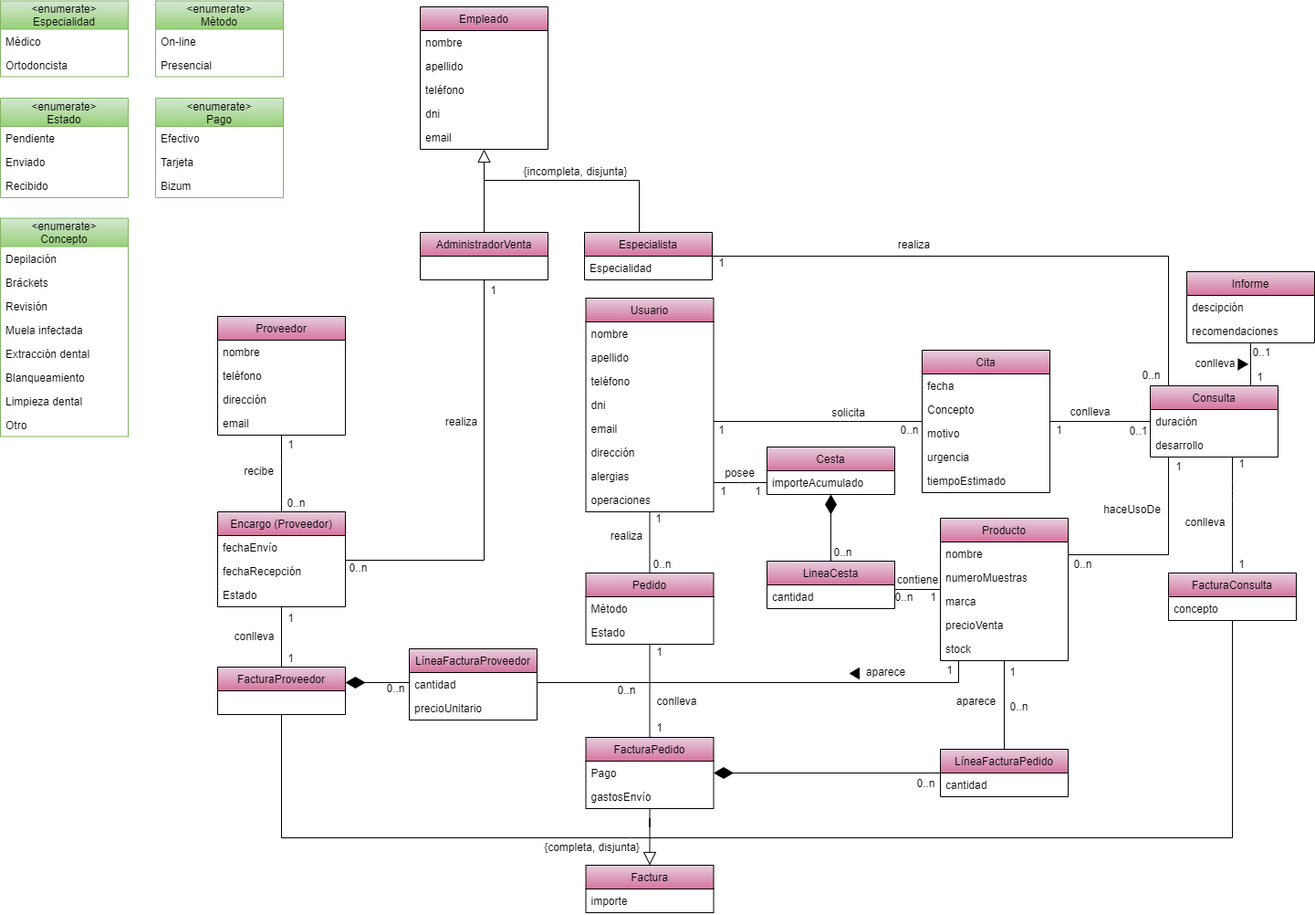
The draw.io diagram Remus/doc/images/Diagrama conceptual.png in Jesusjbs/clinicaDental-ir, before a commit. Source tidied: cells renumbered, new cells last; positions are measured from the earlier drawing's top-left corner, leaving out a move shared by most shapes.
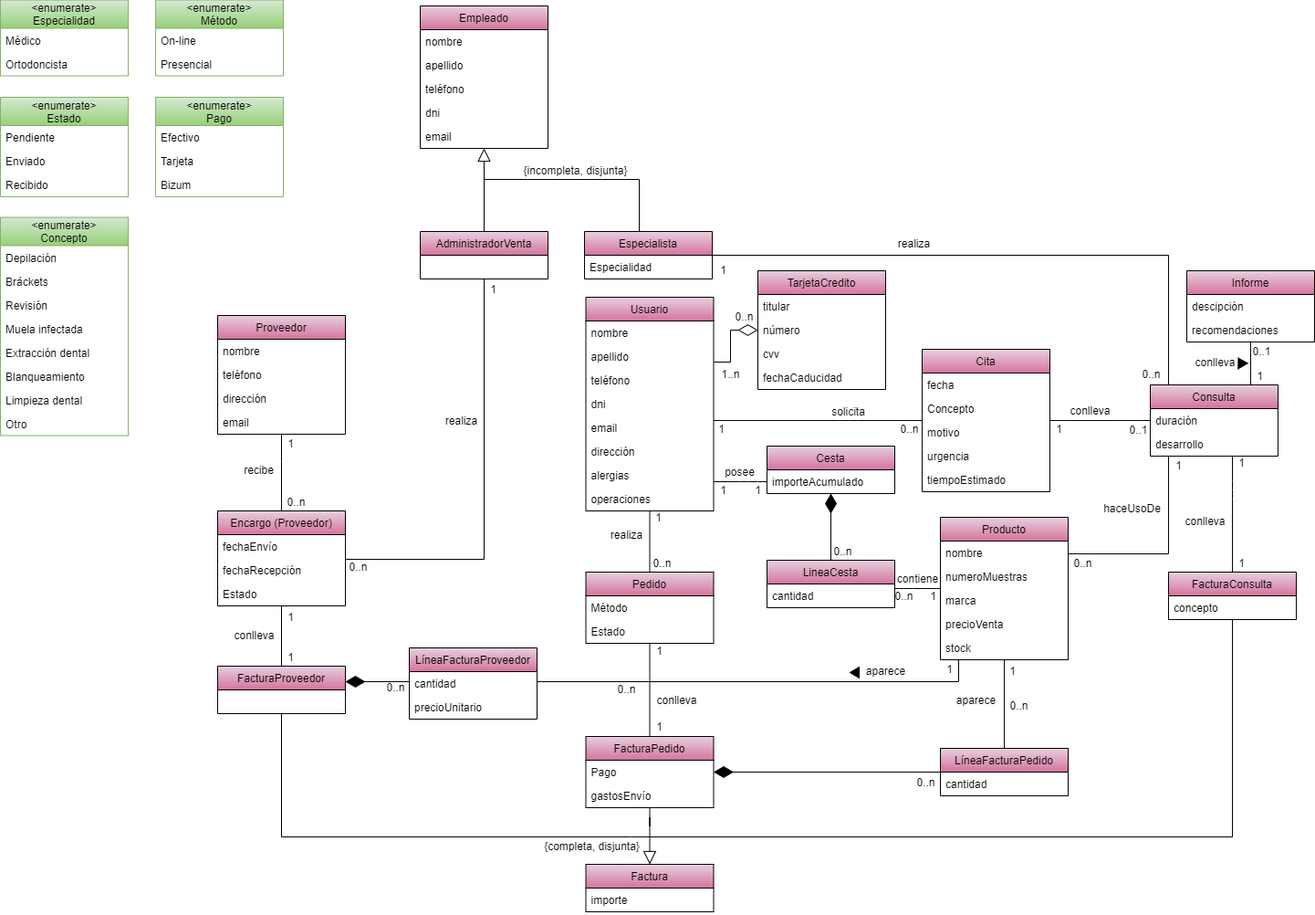
The same file after the commit.

Diff of the diagram source:
```diff
@@ -456,7 +456,7 @@
       <mxGeometry x="1164" y="439" width="60" height="20" as="geometry" />
     </mxCell>
     <mxCell id="130" value="1" style="text;html=1;align=center;verticalAlign=middle;" parent="1" vertex="1">
-      <mxGeometry x="780" y="276" width="20" height="20" as="geometry" />
+      <mxGeometry x="781.5" y="285" width="20" height="20" as="geometry" />
     </mxCell>
     <mxCell id="131" value="0..n" style="text;html=1;align=center;verticalAlign=middle;" parent="1" vertex="1">
       <mxGeometry x="1241" y="399" width="40" height="20" as="geometry" />
@@ -582,5 +582,34 @@
     <mxCell id="166" value="0..n" style="text;html=1;align=center;verticalAlign=middle;" parent="1" vertex="1">
       <mxGeometry x="970" y="642" width="40" height="20" as="geometry" />
     </mxCell>
+    <mxCell id="167" value="TarjetaCredito" style="swimlane;fontStyle=0;horizontal=1;startSize=26;fillColor=#E6D0DE;gradientColor=#D5739D;" parent="1" vertex="1">
+      <mxGeometry x="830" y="296" width="140" height="130" as="geometry" />
+    </mxCell>
+    <mxCell id="168" value="titular" style="text;strokeColor=none;fillColor=none;align=left;verticalAlign=top;spacingLeft=4;spacingRight=4;overflow=hidden;" parent="167" vertex="1">
+      <mxGeometry y="26" width="140" height="26" as="geometry" />
+    </mxCell>
+    <mxCell id="169" value="número" style="text;strokeColor=none;fillColor=none;align=left;verticalAlign=top;spacingLeft=4;spacingRight=4;overflow=hidden;" parent="167" vertex="1">
+      <mxGeometry y="52" width="140" height="26" as="geometry" />
+    </mxCell>
+    <mxCell id="170" value="cvv" style="text;strokeColor=none;fillColor=none;align=left;verticalAlign=top;spacingLeft=4;spacingRight=4;overflow=hidden;" parent="167" vertex="1">
+      <mxGeometry y="78" width="140" height="26" as="geometry" />
+    </mxCell>
+    <mxCell id="171" value="fechaCaducidad" style="text;strokeColor=none;fillColor=none;align=left;verticalAlign=top;spacingLeft=4;spacingRight=4;overflow=hidden;" parent="167" vertex="1">
+      <mxGeometry y="104" width="140" height="26" as="geometry" />
+    </mxCell>
+    <mxCell id="172" value="1..n" style="text;html=1;align=center;verticalAlign=middle;" parent="1" vertex="1">
+      <mxGeometry x="780" y="399" width="40" height="20" as="geometry" />
+    </mxCell>
+    <mxCell id="173" value="0..n" style="text;html=1;align=center;verticalAlign=middle;" parent="1" vertex="1">
+      <mxGeometry x="795" y="336" width="40" height="20" as="geometry" />
+    </mxCell>
+    <mxCell id="174" style="edgeStyle=orthogonalEdgeStyle;rounded=0;jettySize=auto;html=1;endArrow=none;endFill=0;startArrow=diamondThin;startFill=0;sourcePerimeterSpacing=0;targetPerimeterSpacing=0;startSize=19;" parent="1" edge="1" source="167" target="61">
+      <mxGeometry relative="1" as="geometry">
+        <Array as="points">
+          <mxPoint x="800" y="361" />
+          <mxPoint x="800" y="396" />
+        </Array>
+      </mxGeometry>
+    </mxCell>
   </root>
 </mxGraphModel>
```
